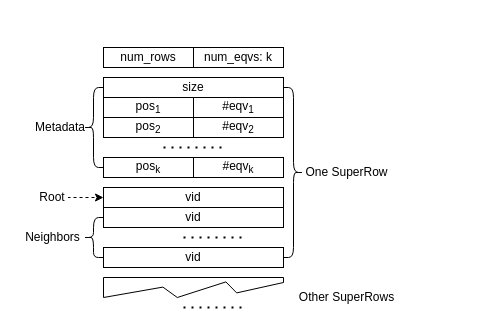
Above: img/compress.drawio in E-Neo/opgm-paper (draw.io), before the change. Source tidied: cells renumbered, new cells numbered last; positions are measured from the earlier drawing's top-left corner, leaving out a move shared by most shapes. Both pictures are drawn from the tidied source at 100%, with x=0, y=0 at pixel (17, 47).
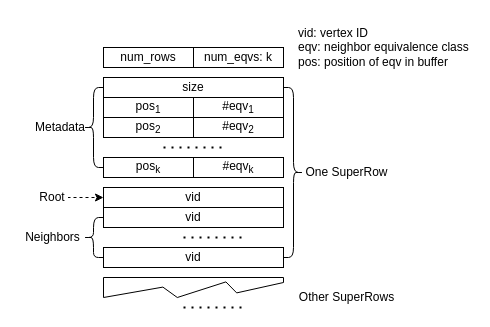
Above is the later version.

Change to the diagram source:
```diff
@@
+    <mxCell id="27" value="vid: vertex ID&lt;br&gt;eqv: neighbor equivalence class&lt;br&gt;pos: position of eqv in buffer" style="rounded=0;whiteSpace=wrap;html=1;align=left;strokeColor=#FFFFFF;" parent="1" vertex="1">
+      <mxGeometry x="279" y="-30" width="176" height="60" as="geometry" />
+    </mxCell>
```
